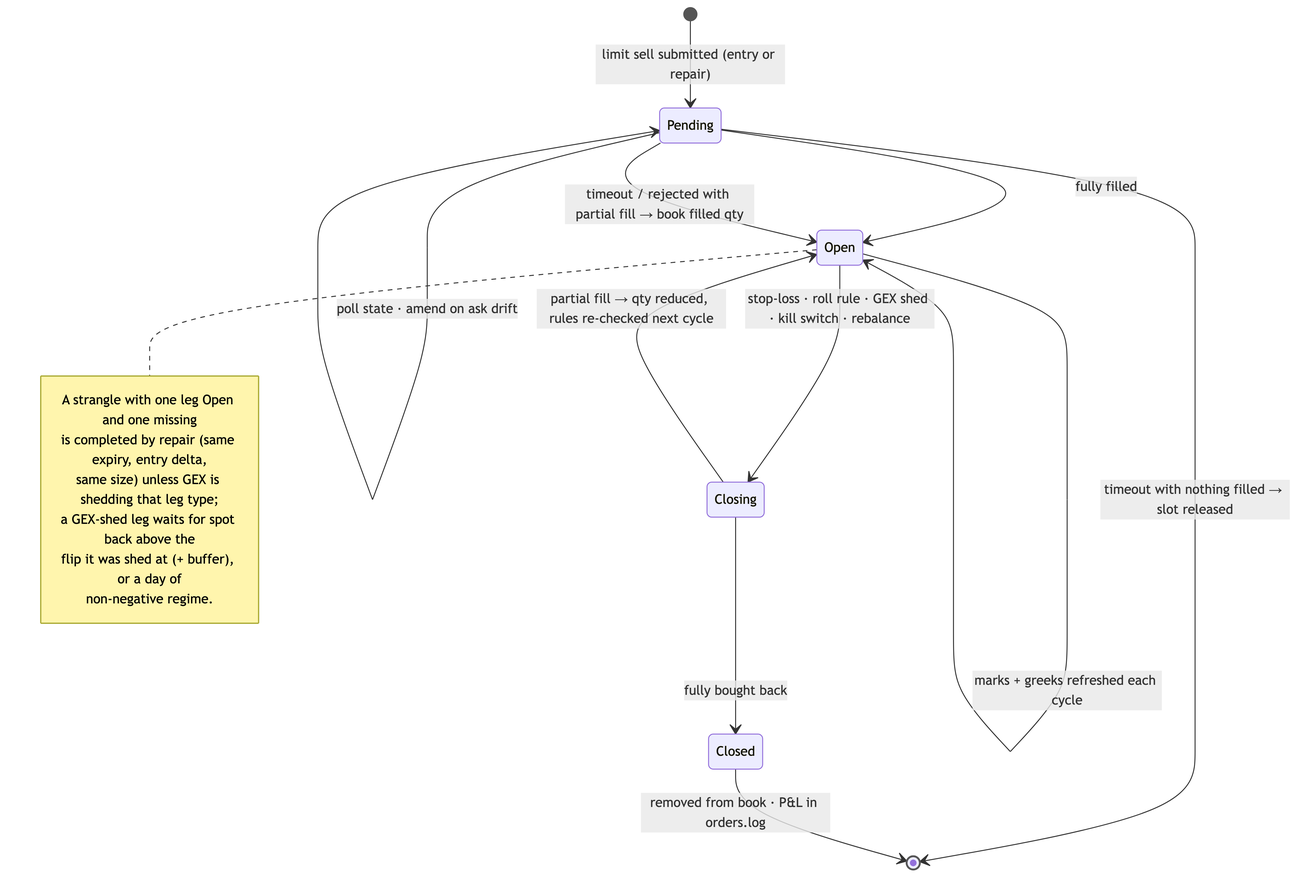
Above: docs/strategy_position_states.png in rchau73/optionsBot (Mermaid), before the change. Its source is kept beside it as docs/strategy_position_states.mmd. Source of this version:
```mermaid
stateDiagram-v2
    [*] --> Pending : limit sell submitted (entry or repair)
    Pending --> Pending : poll state · amend on ask drift
    Pending --> Open : fully filled
    Pending --> Open : timeout / rejected with partial fill → book filled qty
    Pending --> [*] : timeout with nothing filled → slot released
    Open --> Open : marks + greeks refreshed each cycle
    Open --> Closing : stop-loss · roll rule · GEX shed · kill switch · rebalance
    Closing --> Open : partial fill → qty reduced, rules re-checked next cycle
    Closing --> Closed : fully bought back
    Closed --> [*] : removed from book · P&L in orders.log
    note right of Open
        A strangle with one leg Open and one missing
        is completed by repair (same expiry, entry delta,
        same size) unless GEX is shedding that leg type;
        a GEX-shed leg waits for spot back above the
        flip it was shed at (+ buffer), or a day of
        non-negative regime.
    end note
```
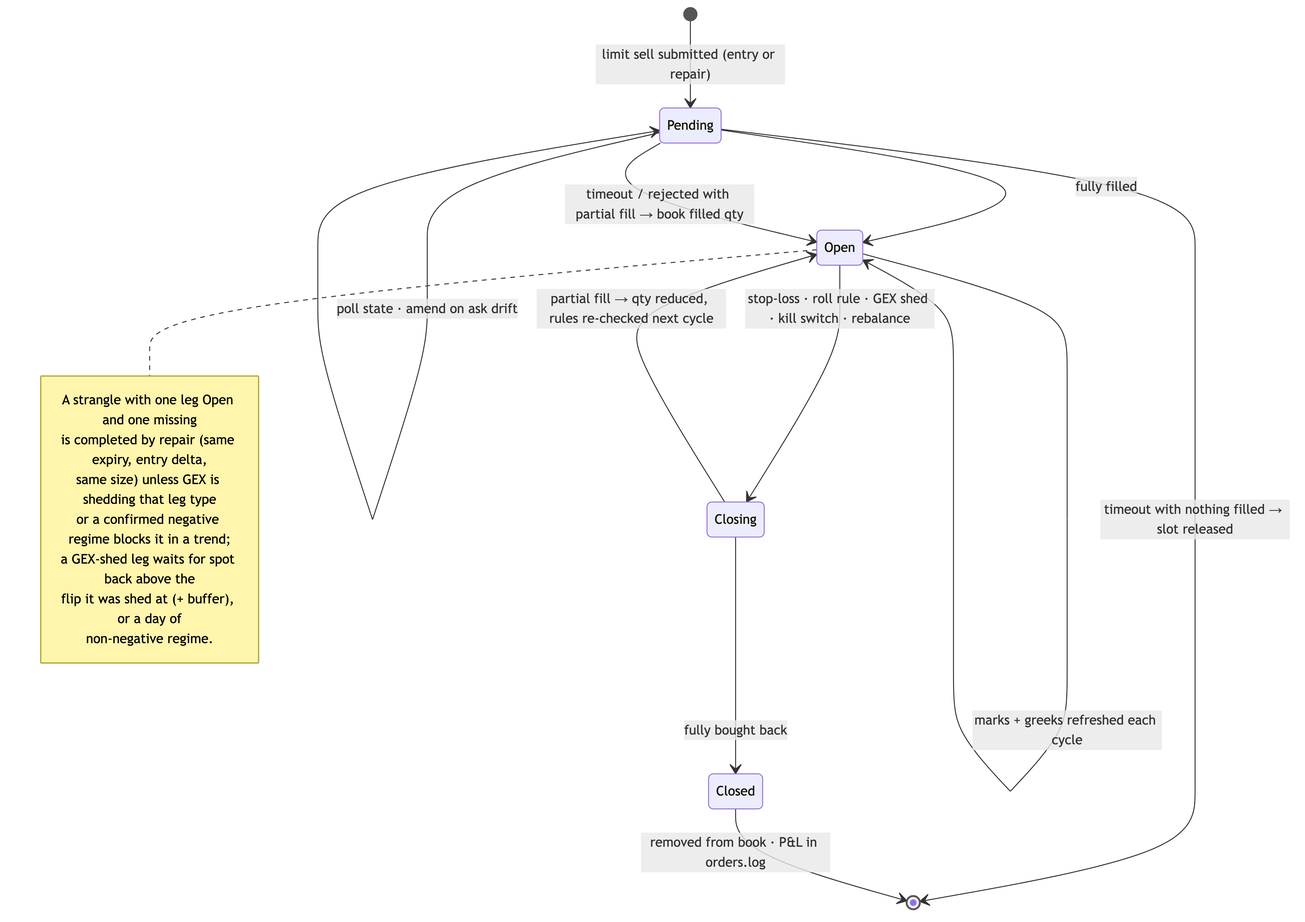
After the commit.

Diff of the diagram source:
```diff
@@ -12,7 +12,8 @@
     note right of Open
         A strangle with one leg Open and one missing
         is completed by repair (same expiry, entry delta,
-        same size) unless GEX is shedding that leg type;
+        same size) unless GEX is shedding that leg type
+        or a confirmed negative regime blocks it in a trend;
         a GEX-shed leg waits for spot back above the
         flip it was shed at (+ buffer), or a day of
         non-negative regime.
```
